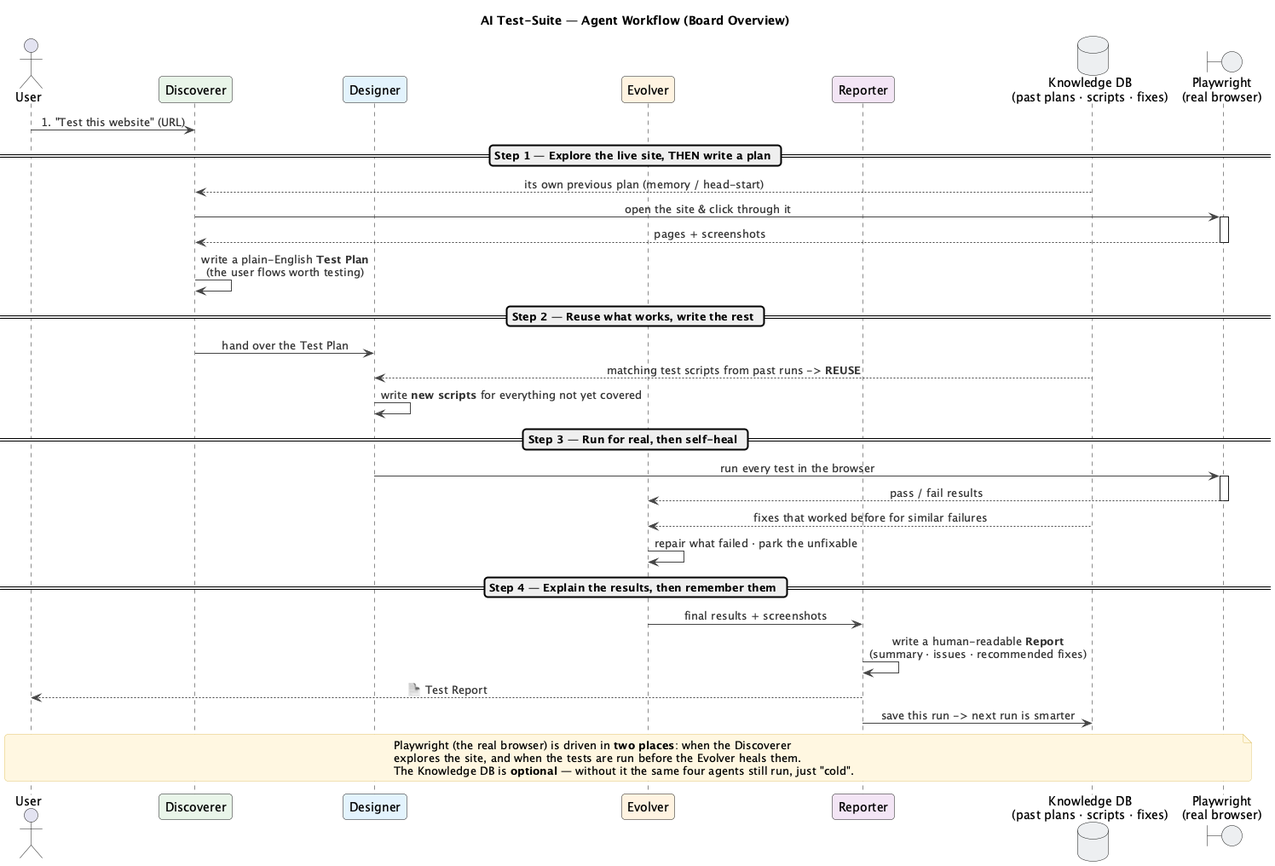
Earlier version of the PlantUML export docs/ai-test-suite-workflow.png (spalanivelu1989/test-suite).
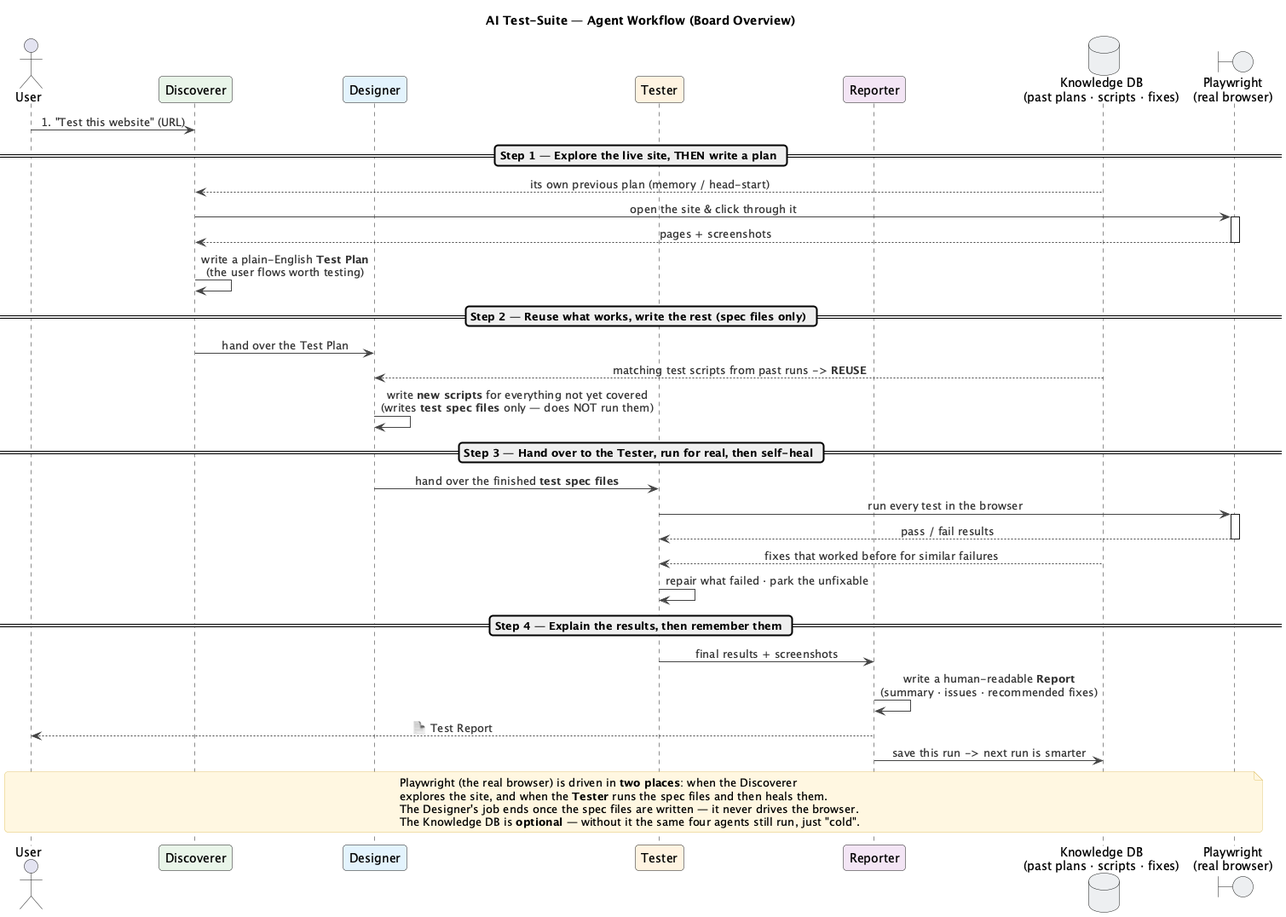
Later version of the same file.

The edit, as a diff of the source:
```diff
@@ -14,7 +14,7 @@
 
 participant "Discoverer" as A1 #E8F5E9
 participant "Designer"   as A2 #E3F2FD
-participant "Evolver"    as A3 #FFF3E0
+participant "Tester"    as A3 #FFF3E0
 participant "Reporter"   as A4 #F3E5F5
 
 database  "Knowledge DB\n(past plans · scripts · fixes)" as DB #ECEFF1
@@ -30,13 +30,14 @@
 deactivate PW
 A1 -> A1 : write a plain-English **Test Plan**\n(the user flows worth testing)
 
-== Step 2 — Reuse what works, write the rest ==
+== Step 2 — Reuse what works, write the rest (spec files only) ==
 A1 -> A2 : hand over the Test Plan
 DB --> A2 : matching test scripts from past runs -> **REUSE**
-A2 -> A2 : write **new scripts** for everything not yet covered
+A2 -> A2 : write **new scripts** for everything not yet covered\n(writes **test spec files** only — does NOT run them)
 
-== Step 3 — Run for real, then self-heal ==
-A2 -> PW : run every test in the browser
+== Step 3 — Hand over to the Tester, run for real, then self-heal ==
+A2 -> A3 : hand over the finished **test spec files**
+A3 -> PW : run every test in the browser
 activate PW
 PW --> A3 : pass / fail results
 deactivate PW
@@ -51,7 +52,8 @@
 
 note across
   Playwright (the real browser) is driven in **two places**: when the Discoverer
-  explores the site, and when the tests are run before the Evolver heals them.
+  explores the site, and when the **Tester** runs the spec files and then heals them.
+  The Designer's job ends once the spec files are written — it never drives the browser.
   The Knowledge DB is **optional** — without it the same four agents still run, just "cold".
 end note
 
```
